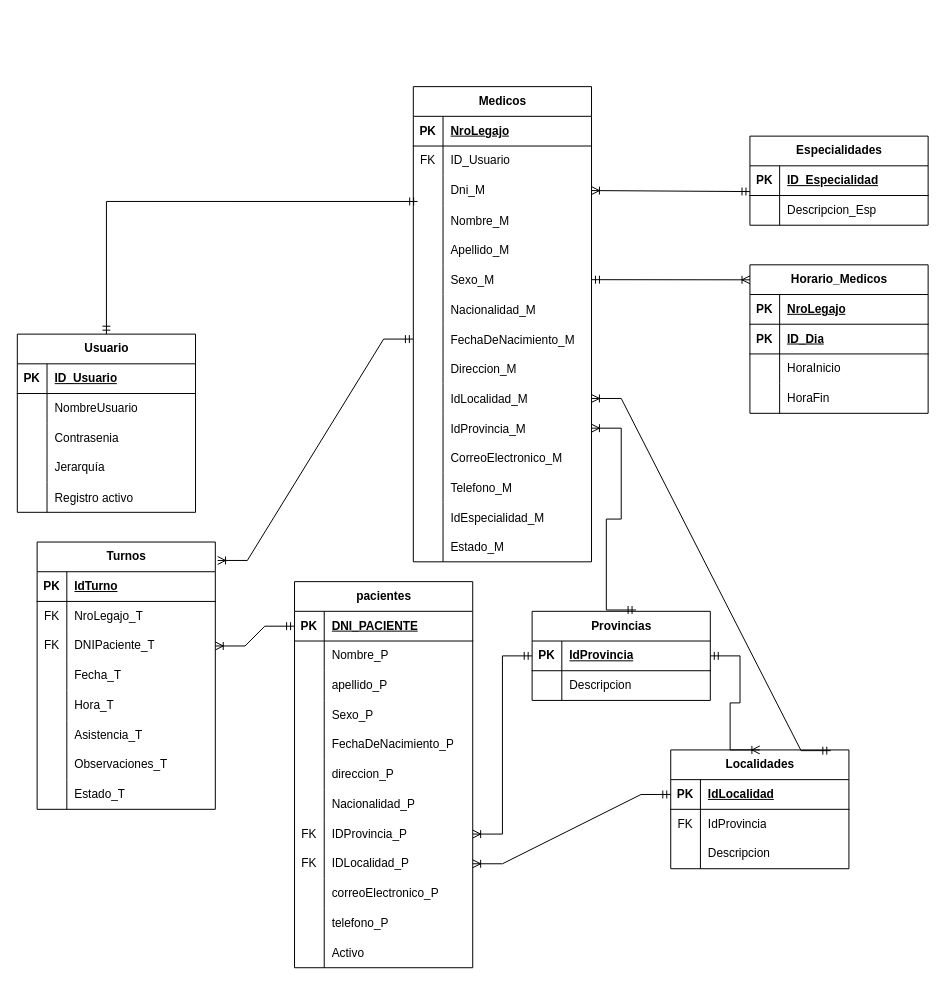
Above: DER_Clinica.drawio in ZerothVeratross/tpi-progra3 (draw.io), before the change. Source tidied: cells renumbered, new cells numbered last; positions are measured from the earlier drawing's top-left corner, leaving out a move shared by most shapes. Both pictures are drawn from the tidied source at 99%, with x=0, y=0 at pixel (17, 86).
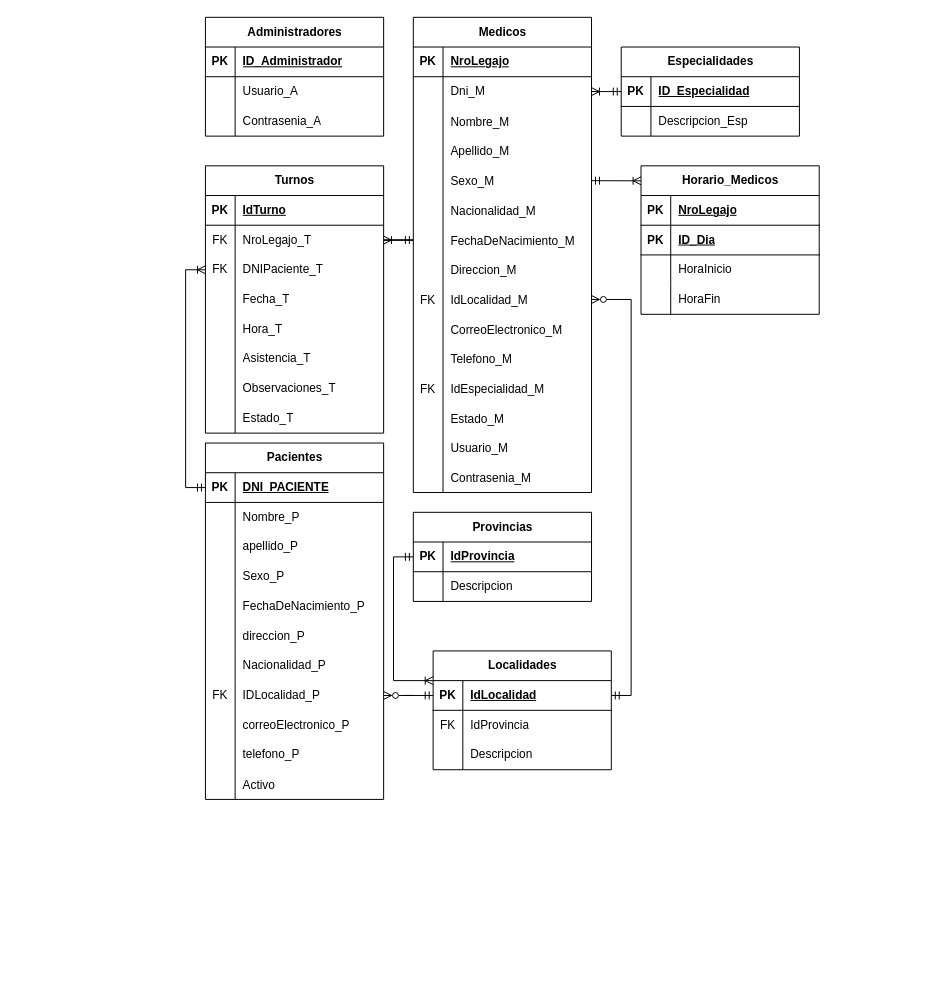
After the change.

Commit message:
Remover relación 1 a 1 entre Usuario y Medicos y redundancia en Pacientes y Medicos con Provincias. Marcar FK de Medicos. Cambiar relación entre Localidades y Medicos/Pacientes.

The change refers to these unchanged cells:
```xml
<mxCell id="4" style="shape=tableRow;horizontal=0;startSize=0;swimlaneHead=0;swimlaneBody=0;fillColor=none;top=0;left=0;right=0;bottom=1;" parent="3" vertex="1">
  <mxGeometry y="30" width="180" height="30" as="geometry" />
</mxCell>
<mxCell id="7" style="shape=tableRow;horizontal=0;startSize=0;swimlaneHead=0;swimlaneBody=0;fillColor=none;top=0;left=0;right=0;bottom=0;" parent="3" vertex="1">
  <mxGeometry y="60" width="180" height="30" as="geometry" />
</mxCell>
<mxCell id="10" style="shape=tableRow;horizontal=0;startSize=0;swimlaneHead=0;swimlaneBody=0;fillColor=none;top=0;left=0;right=0;bottom=0;" parent="3" vertex="1">
  <mxGeometry y="90" width="180" height="30" as="geometry" />
</mxCell>
<mxCell id="20" style="shape=tableRow;horizontal=0;startSize=0;swimlaneHead=0;swimlaneBody=0;fillColor=none;points=[[0,0.5],[1,0.5]];portConstraint=eastwest;top=0;left=0;right=0;bottom=1;" parent="19" vertex="1">
  <mxGeometry y="30" width="180" height="30" as="geometry" />
</mxCell>
<mxCell id="30" style="shape=tableRow;horizontal=0;startSize=0;swimlaneHead=0;swimlaneBody=0;fillColor=none;points=[[0,0.5],[1,0.5]];portConstraint=eastwest;top=0;left=0;right=0;bottom=1;" parent="29" vertex="1">
  <mxGeometry y="30" width="180" height="30" as="geometry" />
</mxCell>
<mxCell id="40" style="shape=tableRow;horizontal=0;startSize=0;swimlaneHead=0;swimlaneBody=0;fillColor=none;points=[[0,0.5],[1,0.5]];portConstraint=eastwest;top=0;left=0;right=0;bottom=0;" parent="36" vertex="1">
  <mxGeometry y="60" width="180" height="30" as="geometry" />
</mxCell>
<mxCell id="43" style="shape=tableRow;horizontal=0;startSize=0;swimlaneHead=0;swimlaneBody=0;fillColor=none;points=[[0,0.5],[1,0.5]];portConstraint=eastwest;top=0;left=0;right=0;bottom=0;" parent="36" vertex="1">
  <mxGeometry y="90" width="180" height="30" as="geometry" />
</mxCell>
<mxCell id="62" style="shape=tableRow;horizontal=0;startSize=0;swimlaneHead=0;swimlaneBody=0;fillColor=none;points=[[0,0.5],[1,0.5]];portConstraint=eastwest;top=0;left=0;right=0;bottom=1;" parent="61" vertex="1">
  <mxGeometry y="30" width="180" height="30" as="geometry" />
</mxCell>
<mxCell id="165" style="shape=tableRow;horizontal=0;startSize=0;swimlaneHead=0;swimlaneBody=0;fillColor=none;points=[[0,0.5],[1,0.5]];portConstraint=eastwest;top=0;left=0;right=0;bottom=1;" parent="164" vertex="1">
  <mxGeometry y="30" width="180" height="30" as="geometry" />
</mxCell>
<mxCell id="168" style="shape=tableRow;horizontal=0;startSize=0;swimlaneHead=0;swimlaneBody=0;fillColor=none;points=[[0,0.5],[1,0.5]];portConstraint=eastwest;top=0;left=0;right=0;bottom=0;" parent="164" vertex="1">
  <mxGeometry y="60" width="180" height="30" as="geometry" />
</mxCell>
```

Change to the diagram source:
```diff
@@
-    <mxCell id="2" style="edgeStyle=orthogonalEdgeStyle;rounded=0;jettySize=auto;html=1;entryX=0.024;entryY=0.867;entryDx=0;entryDy=0;endArrow=ERmandOne;endFill=0;startArrow=ERmandOne;startFill=0;entryPerimeter=0;" parent="1" edge="1" source="3" target="105">
-      <mxGeometry relative="1" as="geometry" />
-    </mxCell>
-    <mxCell id="3" value="Usuario" style="shape=table;startSize=30;childLayout=tableLayout;rowLines=0;fontStyle=1;align=center;html=1;" parent="1" vertex="1">
-      <mxGeometry y="250" width="180" height="180" as="geometry" />
+    <mxCell id="3" value="Administradores" style="shape=table;startSize=30;childLayout=tableLayout;rowLines=0;fontStyle=1;align=center;html=1;" parent="1" vertex="1">
+      <mxGeometry x="190" y="-70" width="180" height="120" as="geometry" />
     </mxCell>
@@
-    <mxCell id="6" value="ID_Usuario" style="shape=partialRectangle;fillColor=none;top=0;left=0;bottom=0;right=0;align=left;spacingLeft=6;fontStyle=5;overflow=hidden;whiteSpace=wrap;html=1;" parent="4" vertex="1">
+    <mxCell id="6" value="ID_Administrador" style="shape=partialRectangle;fillColor=none;top=0;left=0;bottom=0;right=0;align=left;spacingLeft=6;fontStyle=5;overflow=hidden;whiteSpace=wrap;html=1;" parent="4" vertex="1">
       <mxGeometry x="30" width="150" height="30" as="geometry" />
     </mxCell>
@@
-    <mxCell id="9" value="NombreUsuario" style="shape=partialRectangle;fillColor=none;top=0;left=0;bottom=0;right=0;align=left;spacingLeft=6;overflow=hidden;whiteSpace=wrap;html=1;" parent="7" vertex="1">
+    <mxCell id="9" value="Usuario_A" style="shape=partialRectangle;fillColor=none;top=0;left=0;bottom=0;right=0;align=left;spacingLeft=6;overflow=hidden;whiteSpace=wrap;html=1;" parent="7" vertex="1">
       <mxGeometry x="30" width="150" height="30" as="geometry" />
     </mxCell>
@@
-    <mxCell id="12" value="Contrasenia" style="shape=partialRectangle;fillColor=none;top=0;left=0;bottom=0;right=0;align=left;spacingLeft=6;overflow=hidden;whiteSpace=wrap;html=1;" parent="10" vertex="1">
+    <mxCell id="12" value="Contrasenia_A" style="shape=partialRectangle;fillColor=none;top=0;left=0;bottom=0;right=0;align=left;spacingLeft=6;overflow=hidden;whiteSpace=wrap;html=1;" parent="10" vertex="1">
       <mxGeometry x="30" width="150" height="30" as="geometry" />
     </mxCell>
-    <mxCell id="13" style="shape=tableRow;horizontal=0;startSize=0;swimlaneHead=0;swimlaneBody=0;fillColor=none;top=0;left=0;right=0;bottom=0;" parent="3" vertex="1">
-      <mxGeometry y="120" width="180" height="30" as="geometry" />
-    </mxCell>
-    <mxCell id="14" style="shape=partialRectangle;fillColor=none;top=0;left=0;bottom=0;right=0;overflow=hidden;whiteSpace=wrap;html=1;" parent="13" vertex="1">
-      <mxGeometry width="30" height="30" as="geometry" />
-    </mxCell>
-    <mxCell id="15" value="Jerarquía" style="shape=partialRectangle;fillColor=none;top=0;left=0;bottom=0;right=0;align=left;spacingLeft=6;overflow=hidden;whiteSpace=wrap;html=1;" parent="13" vertex="1">
-      <mxGeometry x="30" width="150" height="30" as="geometry" />
-    </mxCell>
-    <mxCell id="16" style="shape=tableRow;horizontal=0;startSize=0;swimlaneHead=0;swimlaneBody=0;fillColor=none;top=0;left=0;right=0;bottom=0;" parent="3" vertex="1">
-      <mxGeometry y="150" width="180" height="30" as="geometry" />
-    </mxCell>
-    <mxCell id="17" style="shape=partialRectangle;fillColor=none;top=0;left=0;bottom=0;right=0;overflow=hidden;" parent="16" vertex="1">
-      <mxGeometry width="30" height="30" as="geometry" />
-    </mxCell>
-    <mxCell id="18" value="Registro activo" style="shape=partialRectangle;fillColor=none;top=0;left=0;bottom=0;right=0;align=left;spacingLeft=6;overflow=hidden;" parent="16" vertex="1">
-      <mxGeometry x="30" width="150" height="30" as="geometry" />
-    </mxCell>
     <mxCell id="19" value="Localidades" style="shape=table;startSize=30;childLayout=tableLayout;rowLines=0;fontStyle=1;align=center;html=1;" parent="1" vertex="1">
-      <mxGeometry x="660" y="670" width="180" height="120" as="geometry" />
+      <mxGeometry x="420" y="570" width="180" height="120" as="geometry" />
     </mxCell>
@@
     <mxCell id="29" value="Provincias" style="shape=table;startSize=30;childLayout=tableLayout;rowLines=0;fontStyle=1;align=center;html=1;" parent="1" vertex="1">
-      <mxGeometry x="520" y="530" width="180" height="90" as="geometry" />
+      <mxGeometry x="400" y="430" width="180" height="90" as="geometry" />
     </mxCell>
@@
     <mxCell id="36" value="Turnos" style="shape=table;startSize=30;childLayout=tableLayout;rowLines=0;fontStyle=1;align=center;html=1;" parent="1" vertex="1">
-      <mxGeometry x="20" y="460" width="180" height="270" as="geometry" />
+      <mxGeometry x="190" y="80" width="180" height="270" as="geometry" />
     </mxCell>
@@
-    <mxCell id="61" value="pacientes" style="shape=table;startSize=30;childLayout=tableLayout;rowLines=0;fontStyle=1;align=center;html=1;" parent="1" vertex="1">
-      <mxGeometry x="280" y="500" width="180" height="390" as="geometry" />
+    <mxCell id="61" value="Pacientes" style="shape=table;startSize=30;childLayout=tableLayout;rowLines=0;fontStyle=1;align=center;html=1;" parent="1" vertex="1">
+      <mxGeometry x="190" y="360" width="180" height="360" as="geometry" />
     </mxCell>
@@
-    <mxCell id="83" style="shape=tableRow;horizontal=0;startSize=0;swimlaneHead=0;swimlaneBody=0;fillColor=none;points=[[0,0.5],[1,0.5]];portConstraint=eastwest;top=0;left=0;right=0;bottom=0;" parent="61" vertex="1">
-      <mxGeometry y="240" width="180" height="30" as="geometry" />
-    </mxCell>
-    <mxCell id="84" value="FK" style="shape=partialRectangle;fillColor=none;top=0;left=0;bottom=0;right=0;overflow=hidden;whiteSpace=wrap;html=1;" parent="83" vertex="1">
-      <mxGeometry width="30" height="30" as="geometry" />
-    </mxCell>
-    <mxCell id="85" value="&lt;span style=&quot;text-wrap-mode: nowrap;&quot;&gt;IDProvincia_P&lt;/span&gt;" style="shape=partialRectangle;fillColor=none;top=0;left=0;bottom=0;right=0;align=left;spacingLeft=6;overflow=hidden;whiteSpace=wrap;html=1;" parent="83" vertex="1">
-      <mxGeometry x="30" width="150" height="30" as="geometry" />
-    </mxCell>
     <mxCell id="86" style="shape=tableRow;horizontal=0;startSize=0;swimlaneHead=0;swimlaneBody=0;fillColor=none;points=[[0,0.5],[1,0.5]];portConstraint=eastwest;top=0;left=0;right=0;bottom=0;" parent="61" vertex="1">
-      <mxGeometry y="270" width="180" height="30" as="geometry" />
+      <mxGeometry y="240" width="180" height="30" as="geometry" />
     </mxCell>
@@
     <mxCell id="89" style="shape=tableRow;horizontal=0;startSize=0;swimlaneHead=0;swimlaneBody=0;fillColor=none;top=0;left=0;right=0;bottom=0;" parent="61" vertex="1">
-      <mxGeometry y="300" width="180" height="30" as="geometry" />
+      <mxGeometry y="270" width="180" height="30" as="geometry" />
     </mxCell>
@@
     <mxCell id="92" style="shape=tableRow;horizontal=0;startSize=0;swimlaneHead=0;swimlaneBody=0;fillColor=none;top=0;left=0;right=0;bottom=0;" parent="61" vertex="1">
-      <mxGeometry y="330" width="180" height="30" as="geometry" />
+      <mxGeometry y="300" width="180" height="30" as="geometry" />
     </mxCell>
@@
     <mxCell id="95" style="shape=tableRow;horizontal=0;startSize=0;swimlaneHead=0;swimlaneBody=0;fillColor=none;top=0;left=0;right=0;bottom=0;" parent="61" vertex="1">
-      <mxGeometry y="360" width="180" height="30" as="geometry" />
+      <mxGeometry y="330" width="180" height="30" as="geometry" />
     </mxCell>
@@
     <mxCell id="98" value="Medicos" style="shape=table;startSize=30;childLayout=tableLayout;rowLines=0;fontStyle=1;align=center;html=1;" parent="1" vertex="1">
-      <mxGeometry x="400" width="180" height="480" as="geometry" />
+      <mxGeometry x="400" y="-70" width="180" height="480" as="geometry" />
     </mxCell>
@@
-    <mxCell id="102" style="shape=tableRow;horizontal=0;startSize=0;swimlaneHead=0;swimlaneBody=0;fillColor=none;top=0;left=0;right=0;bottom=0;" parent="98" vertex="1">
-      <mxGeometry y="60" width="180" height="30" as="geometry" />
-    </mxCell>
-    <mxCell id="103" value="FK" style="shape=partialRectangle;fillColor=none;top=0;left=0;bottom=0;right=0;fontStyle=0;overflow=hidden;whiteSpace=wrap;html=1;" parent="102" vertex="1">
-      <mxGeometry width="30" height="30" as="geometry" />
-    </mxCell>
-    <mxCell id="104" value="ID_Usuario" style="shape=partialRectangle;fillColor=none;top=0;left=0;bottom=0;right=0;align=left;spacingLeft=6;fontStyle=0;overflow=hidden;whiteSpace=wrap;html=1;" parent="102" vertex="1">
-      <mxGeometry x="30" width="150" height="30" as="geometry" />
-    </mxCell>
     <mxCell id="105" style="shape=tableRow;horizontal=0;startSize=0;swimlaneHead=0;swimlaneBody=0;fillColor=none;points=[[0,0.5],[1,0.5]];portConstraint=eastwest;top=0;left=0;right=0;bottom=0;" parent="98" vertex="1">
-      <mxGeometry y="90" width="180" height="30" as="geometry" />
+      <mxGeometry y="60" width="180" height="30" as="geometry" />
     </mxCell>
@@
     <mxCell id="108" style="shape=tableRow;horizontal=0;startSize=0;swimlaneHead=0;swimlaneBody=0;fillColor=none;top=0;left=0;right=0;bottom=0;" parent="98" vertex="1">
-      <mxGeometry y="120" width="180" height="30" as="geometry" />
+      <mxGeometry y="90" width="180" height="30" as="geometry" />
     </mxCell>
@@
     <mxCell id="111" style="shape=tableRow;horizontal=0;startSize=0;swimlaneHead=0;swimlaneBody=0;fillColor=none;top=0;left=0;right=0;bottom=0;" parent="98" vertex="1">
-      <mxGeometry y="150" width="180" height="30" as="geometry" />
+      <mxGeometry y="120" width="180" height="30" as="geometry" />
     </mxCell>
@@
     <mxCell id="114" style="shape=tableRow;horizontal=0;startSize=0;swimlaneHead=0;swimlaneBody=0;fillColor=none;points=[[0,0.5],[1,0.5]];portConstraint=eastwest;top=0;left=0;right=0;bottom=0;" parent="98" vertex="1">
-      <mxGeometry y="180" width="180" height="30" as="geometry" />
+      <mxGeometry y="150" width="180" height="30" as="geometry" />
     </mxCell>
@@
     <mxCell id="117" style="shape=tableRow;horizontal=0;startSize=0;swimlaneHead=0;swimlaneBody=0;fillColor=none;top=0;left=0;right=0;bottom=0;" parent="98" vertex="1">
-      <mxGeometry y="210" width="180" height="30" as="geometry" />
+      <mxGeometry y="180" width="180" height="30" as="geometry" />
     </mxCell>
@@
     <mxCell id="120" style="shape=tableRow;horizontal=0;startSize=0;swimlaneHead=0;swimlaneBody=0;fillColor=none;points=[[0,0.5],[1,0.5]];portConstraint=eastwest;top=0;left=0;right=0;bottom=0;" parent="98" vertex="1">
-      <mxGeometry y="240" width="180" height="30" as="geometry" />
+      <mxGeometry y="210" width="180" height="30" as="geometry" />
     </mxCell>
@@
     <mxCell id="123" style="shape=tableRow;horizontal=0;startSize=0;swimlaneHead=0;swimlaneBody=0;fillColor=none;top=0;left=0;right=0;bottom=0;" parent="98" vertex="1">
-      <mxGeometry y="270" width="180" height="30" as="geometry" />
+      <mxGeometry y="240" width="180" height="30" as="geometry" />
     </mxCell>
@@
     <mxCell id="126" style="shape=tableRow;horizontal=0;startSize=0;swimlaneHead=0;swimlaneBody=0;fillColor=none;points=[[0,0.5],[1,0.5]];portConstraint=eastwest;top=0;left=0;right=0;bottom=0;" parent="98" vertex="1">
-      <mxGeometry y="300" width="180" height="30" as="geometry" />
+      <mxGeometry y="270" width="180" height="30" as="geometry" />
     </mxCell>
-    <mxCell id="127" style="shape=partialRectangle;fillColor=none;top=0;left=0;bottom=0;right=0;overflow=hidden;" parent="126" vertex="1">
+    <mxCell id="127" value="FK" style="shape=partialRectangle;fillColor=none;top=0;left=0;bottom=0;right=0;overflow=hidden;" parent="126" vertex="1">
       <mxGeometry width="30" height="30" as="geometry" />
     </mxCell>
@@
-    <mxCell id="129" style="shape=tableRow;horizontal=0;startSize=0;swimlaneHead=0;swimlaneBody=0;fillColor=none;points=[[0,0.5],[1,0.5]];portConstraint=eastwest;top=0;left=0;right=0;bottom=0;" parent="98" vertex="1">
-      <mxGeometry y="330" width="180" height="30" as="geometry" />
-    </mxCell>
-    <mxCell id="130" style="shape=partialRectangle;fillColor=none;top=0;left=0;bottom=0;right=0;overflow=hidden;" parent="129" vertex="1">
-      <mxGeometry width="30" height="30" as="geometry" />
-    </mxCell>
-    <mxCell id="131" value="IdProvincia_M" style="shape=partialRectangle;fillColor=none;top=0;left=0;bottom=0;right=0;align=left;spacingLeft=6;overflow=hidden;" parent="129" vertex="1">
-      <mxGeometry x="30" width="150" height="30" as="geometry" />
-    </mxCell>
     <mxCell id="132" style="shape=tableRow;horizontal=0;startSize=0;swimlaneHead=0;swimlaneBody=0;fillColor=none;top=0;left=0;right=0;bottom=0;" parent="98" vertex="1">
-      <mxGeometry y="360" width="180" height="30" as="geometry" />
+      <mxGeometry y="300" width="180" height="30" as="geometry" />
     </mxCell>
@@
     <mxCell id="135" style="shape=tableRow;horizontal=0;startSize=0;swimlaneHead=0;swimlaneBody=0;fillColor=none;top=0;left=0;right=0;bottom=0;" parent="98" vertex="1">
-      <mxGeometry y="390" width="180" height="30" as="geometry" />
+      <mxGeometry y="330" width="180" height="30" as="geometry" />
     </mxCell>
@@
     <mxCell id="138" style="shape=tableRow;horizontal=0;startSize=0;swimlaneHead=0;swimlaneBody=0;fillColor=none;top=0;left=0;right=0;bottom=0;" parent="98" vertex="1">
-      <mxGeometry y="420" width="180" height="30" as="geometry" />
+      <mxGeometry y="360" width="180" height="30" as="geometry" />
     </mxCell>
-    <mxCell id="139" style="shape=partialRectangle;fillColor=none;top=0;left=0;bottom=0;right=0;overflow=hidden;" parent="138" vertex="1">
+    <mxCell id="139" value="FK" style="shape=partialRectangle;fillColor=none;top=0;left=0;bottom=0;right=0;overflow=hidden;" parent="138" vertex="1">
       <mxGeometry width="30" height="30" as="geometry" />
     </mxCell>
@@
     <mxCell id="141" style="shape=tableRow;horizontal=0;startSize=0;swimlaneHead=0;swimlaneBody=0;fillColor=none;top=0;left=0;right=0;bottom=0;" parent="98" vertex="1">
-      <mxGeometry y="450" width="180" height="30" as="geometry" />
+      <mxGeometry y="390" width="180" height="30" as="geometry" />
     </mxCell>
@@
+    <mxCell id="173" style="shape=tableRow;horizontal=0;startSize=0;swimlaneHead=0;swimlaneBody=0;fillColor=none;top=0;left=0;right=0;bottom=0;" parent="98" vertex="1">
+      <mxGeometry y="420" width="180" height="30" as="geometry" />
+    </mxCell>
+    <mxCell id="174" style="shape=partialRectangle;fillColor=none;top=0;left=0;bottom=0;right=0;overflow=hidden;" parent="173" vertex="1">
+      <mxGeometry width="30" height="30" as="geometry" />
+    </mxCell>
+    <mxCell id="175" value="Usuario_M" style="shape=partialRectangle;fillColor=none;top=0;left=0;bottom=0;right=0;align=left;spacingLeft=6;overflow=hidden;" parent="173" vertex="1">
+      <mxGeometry x="30" width="150" height="30" as="geometry" />
+    </mxCell>
+    <mxCell id="176" style="shape=tableRow;horizontal=0;startSize=0;swimlaneHead=0;swimlaneBody=0;fillColor=none;top=0;left=0;right=0;bottom=0;" parent="98" vertex="1">
+      <mxGeometry y="450" width="180" height="30" as="geometry" />
+    </mxCell>
+    <mxCell id="177" style="shape=partialRectangle;fillColor=none;top=0;left=0;bottom=0;right=0;overflow=hidden;" parent="176" vertex="1">
+      <mxGeometry width="30" height="30" as="geometry" />
+    </mxCell>
+    <mxCell id="178" value="Contrasenia_M" style="shape=partialRectangle;fillColor=none;top=0;left=0;bottom=0;right=0;align=left;spacingLeft=6;overflow=hidden;" parent="176" vertex="1">
+      <mxGeometry x="30" width="150" height="30" as="geometry" />
+    </mxCell>
     <mxCell id="144" value="Horario&lt;span style=&quot;background-color: transparent; color: light-dark(rgb(0, 0, 0), rgb(255, 255, 255));&quot;&gt;_Medicos&lt;/span&gt;" style="shape=table;startSize=30;childLayout=tableLayout;rowLines=0;fontStyle=1;align=center;html=1;" parent="1" vertex="1">
-      <mxGeometry x="740" y="180" width="180" height="150" as="geometry" />
+      <mxGeometry x="630" y="80" width="180" height="150" as="geometry" />
     </mxCell>
@@
-    <mxCell id="157" style="edgeStyle=entityRelationEdgeStyle;fontSize=12;html=1;endArrow=ERoneToMany;startArrow=ERmandOne;rounded=0;entryX=1.013;entryY=0.069;entryDx=0;entryDy=0;entryPerimeter=0;exitX=0;exitY=0.5;exitDx=0;exitDy=0;" parent="1" edge="1" source="120" target="36">
+    <mxCell id="157" style="edgeStyle=entityRelationEdgeStyle;fontSize=12;html=1;endArrow=ERoneToMany;startArrow=ERmandOne;rounded=0;entryX=1;entryY=0.5;entryDx=0;entryDy=0;exitX=0;exitY=0.5;exitDx=0;exitDy=0;" parent="1" edge="1" source="120" target="40">
       <mxGeometry relative="1" as="geometry" />
     </mxCell>
-    <mxCell id="158" style="edgeStyle=entityRelationEdgeStyle;fontSize=12;html=1;endArrow=ERoneToMany;startArrow=ERmandOne;rounded=0;entryX=1;entryY=0.5;entryDx=0;entryDy=0;exitX=0;exitY=0.5;exitDx=0;exitDy=0;" parent="1" edge="1" source="62" target="43">
-      <mxGeometry relative="1" as="geometry">
-        <Array as="points">
-          <mxPoint x="290" y="590" />
-          <mxPoint x="290" y="590" />
-          <mxPoint x="280" y="620" />
-        </Array>
-      </mxGeometry>
-    </mxCell>
-    <mxCell id="159" style="edgeStyle=entityRelationEdgeStyle;fontSize=12;html=1;endArrow=ERoneToMany;startArrow=ERmandOne;rounded=0;exitX=0;exitY=0.5;exitDx=0;exitDy=0;entryX=1;entryY=0.5;entryDx=0;entryDy=0;" parent="1" edge="1" source="30" target="83">
-      <mxGeometry relative="1" as="geometry" />
-    </mxCell>
-    <mxCell id="160" style="edgeStyle=entityRelationEdgeStyle;fontSize=12;html=1;endArrow=ERoneToMany;startArrow=ERmandOne;rounded=0;exitX=0;exitY=0.5;exitDx=0;exitDy=0;" parent="1" edge="1" source="20" target="86">
+    <mxCell id="160" style="edgeStyle=entityRelationEdgeStyle;fontSize=12;html=1;endArrow=ERzeroToMany;startArrow=ERmandOne;rounded=0;exitX=0;exitY=0.5;exitDx=0;exitDy=0;endFill=0;" parent="1" edge="1" source="20" target="86">
       <mxGeometry relative="1" as="geometry" />
     </mxCell>
-    <mxCell id="161" style="edgeStyle=entityRelationEdgeStyle;fontSize=12;html=1;endArrow=ERoneToMany;startArrow=ERmandOne;rounded=0;exitX=1;exitY=0.5;exitDx=0;exitDy=0;entryX=0.5;entryY=0;entryDx=0;entryDy=0;" parent="1" edge="1" source="30" target="19">
-      <mxGeometry relative="1" as="geometry" />
-    </mxCell>
-    <mxCell id="162" style="edgeStyle=entityRelationEdgeStyle;fontSize=12;html=1;endArrow=ERoneToMany;startArrow=ERmandOne;rounded=0;exitX=0.583;exitY=-0.015;exitDx=0;exitDy=0;exitPerimeter=0;" parent="1" edge="1" source="29" target="129">
-      <mxGeometry relative="1" as="geometry" />
-    </mxCell>
-    <mxCell id="163" style="edgeStyle=entityRelationEdgeStyle;fontSize=12;html=1;endArrow=ERoneToMany;startArrow=ERmandOne;rounded=0;entryX=1;entryY=0.5;entryDx=0;entryDy=0;exitX=0.898;exitY=0.006;exitDx=0;exitDy=0;exitPerimeter=0;" parent="1" edge="1" source="19" target="126">
-      <mxGeometry relative="1" as="geometry" />
-    </mxCell>
     <mxCell id="164" value="Especialidades" style="shape=table;startSize=30;childLayout=tableLayout;rowLines=0;fontStyle=1;align=center;html=1;" parent="1" vertex="1">
-      <mxGeometry x="740" y="50" width="180" height="90" as="geometry" />
+      <mxGeometry x="610" y="-40" width="180" height="90" as="geometry" />
     </mxCell>
@@
-    <mxCell id="171" style="fontSize=12;html=1;endArrow=ERoneToMany;startArrow=ERmandOne;rounded=0;entryX=1;entryY=0.5;entryDx=0;entryDy=0;exitX=0;exitY=-0.133;exitDx=0;exitDy=0;exitPerimeter=0;" parent="1" edge="1" source="168" target="105">
+    <mxCell id="171" style="fontSize=12;html=1;endArrow=ERoneToMany;startArrow=ERmandOne;rounded=0;entryX=1;entryY=0.5;entryDx=0;entryDy=0;exitX=0;exitY=0.5;exitDx=0;exitDy=0;" parent="1" edge="1" source="165" target="105">
       <mxGeometry relative="1" as="geometry" />
     </mxCell>
@@
+    <mxCell id="179" style="edgeStyle=orthogonalEdgeStyle;rounded=0;jettySize=auto;html=1;exitX=1;exitY=0.5;exitDx=0;exitDy=0;entryX=1;entryY=0.5;entryDx=0;entryDy=0;endArrow=ERmandOne;endFill=0;startArrow=ERzeroToMany;startFill=0;" parent="1" edge="1" source="126" target="20">
+      <mxGeometry relative="1" as="geometry">
+        <Array as="points">
+          <mxPoint x="620" y="215" />
+          <mxPoint x="620" y="615" />
+        </Array>
+      </mxGeometry>
+    </mxCell>
+    <mxCell id="161" style="edgeStyle=orthogonalEdgeStyle;rounded=0;jettySize=auto;html=1;exitX=0;exitY=0.5;exitDx=0;exitDy=0;endArrow=ERoneToMany;endFill=0;startArrow=ERmandOne;startFill=0;entryX=0;entryY=0.25;entryDx=0;entryDy=0;" parent="1" edge="1" source="30" target="19">
+      <mxGeometry relative="1" as="geometry" />
+    </mxCell>
+    <mxCell id="158" style="edgeStyle=orthogonalEdgeStyle;rounded=0;jettySize=auto;html=1;exitX=0;exitY=0.5;exitDx=0;exitDy=0;entryX=0;entryY=0.5;entryDx=0;entryDy=0;endArrow=ERoneToMany;endFill=0;startArrow=ERmandOne;startFill=0;" parent="1" edge="1" source="62" target="43">
+      <mxGeometry relative="1" as="geometry" />
+    </mxCell>
```
